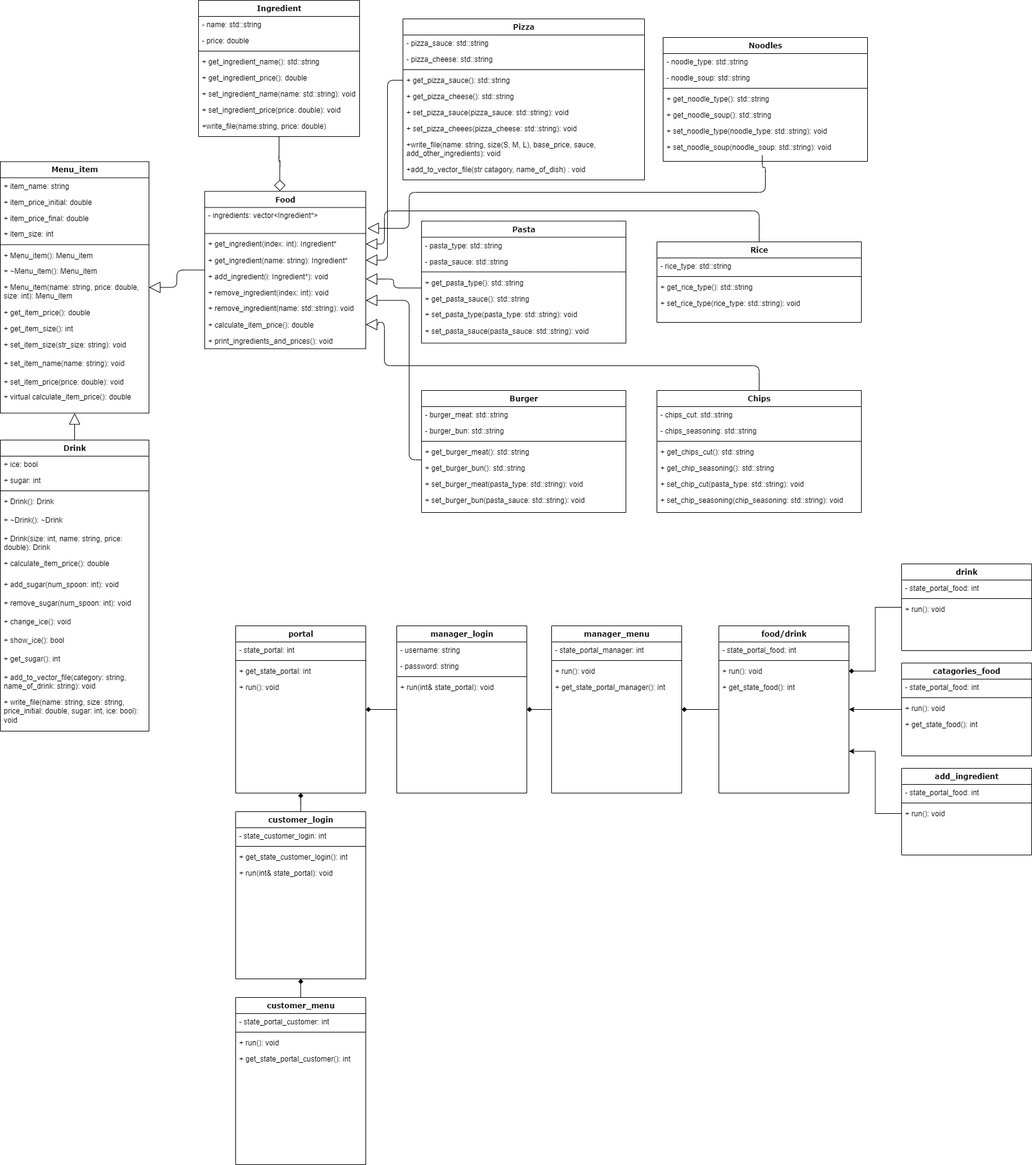
Earlier version of the draw.io export UML.png (SohamA12345/Project). Source tidied: cells renumbered, new cells last; positions are measured from the earlier drawing's top-left corner, leaving out a move shared by most shapes.
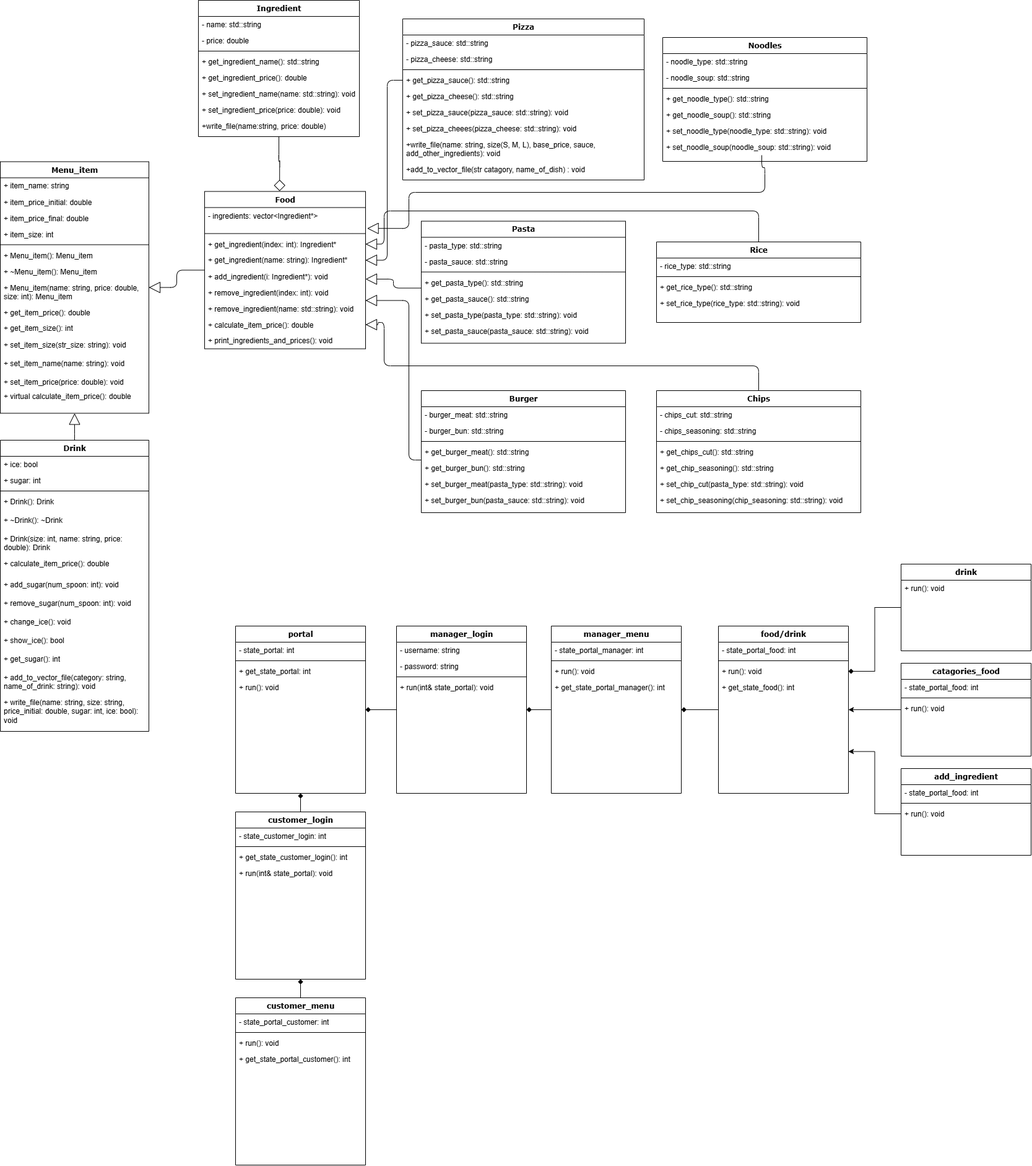
After the commit.

Diff of the diagram source:
```diff
@@ -466,14 +466,8 @@
     <mxCell id="144" value="drink" style="swimlane;html=1;fontStyle=1;align=center;verticalAlign=top;horizontal=1;startSize=26;swimlaneFillColor=#ffffff;rounded=0;shadow=0;comic=0;labelBackgroundColor=none;strokeWidth=1;fillColor=none;fontFamily=Verdana;fontSize=12;" parent="1" vertex="1">
       <mxGeometry x="1455" y="910" width="210" height="140" as="geometry" />
     </mxCell>
-    <mxCell id="145" value="-&amp;nbsp;state_portal_food: int" style="text;html=1;strokeColor=none;fillColor=none;align=left;verticalAlign=top;spacingLeft=4;spacingRight=4;whiteSpace=wrap;overflow=hidden;" parent="144" vertex="1">
-      <mxGeometry y="26" width="210" height="26" as="geometry" />
-    </mxCell>
-    <mxCell id="146" style="line;html=1;strokeWidth=1;fillColor=none;align=left;verticalAlign=middle;spacingTop=-1;spacingLeft=3;spacingRight=3;labelPosition=right;" parent="144" vertex="1">
-      <mxGeometry y="52" width="210" height="8" as="geometry" />
-    </mxCell>
     <mxCell id="147" value="+ run(): void" style="text;html=1;strokeColor=none;fillColor=none;align=left;verticalAlign=top;spacingLeft=4;spacingRight=4;whiteSpace=wrap;overflow=hidden;" parent="144" vertex="1">
-      <mxGeometry y="60" width="210" height="26" as="geometry" />
+      <mxGeometry y="26" width="210" height="26" as="geometry" />
     </mxCell>
     <mxCell id="148" style="edgeStyle=orthogonalEdgeStyle;rounded=0;jettySize=auto;html=1;exitX=0;exitY=0.5;exitDx=0;exitDy=0;entryX=1;entryY=0.5;entryDx=0;entryDy=0;" parent="1" edge="1" source="149" target="138">
       <mxGeometry relative="1" as="geometry" />
@@ -490,9 +484,6 @@
     <mxCell id="152" value="+ run(): void" style="text;html=1;strokeColor=none;fillColor=none;align=left;verticalAlign=top;spacingLeft=4;spacingRight=4;whiteSpace=wrap;overflow=hidden;" parent="149" vertex="1">
       <mxGeometry y="60" width="210" height="26" as="geometry" />
     </mxCell>
-    <mxCell id="153" value="+ get_state_food(): int" style="text;html=1;strokeColor=none;fillColor=none;align=left;verticalAlign=top;spacingLeft=4;spacingRight=4;whiteSpace=wrap;overflow=hidden;" parent="149" vertex="1">
-      <mxGeometry y="86" width="210" height="26" as="geometry" />
-    </mxCell>
     <mxCell id="154" value="add_ingredient" style="swimlane;html=1;fontStyle=1;align=center;verticalAlign=top;horizontal=1;startSize=26;swimlaneFillColor=#ffffff;rounded=0;shadow=0;comic=0;labelBackgroundColor=none;strokeWidth=1;fillColor=none;fontFamily=Verdana;fontSize=12;" parent="1" vertex="1">
       <mxGeometry x="1455" y="1240" width="210" height="140" as="geometry" />
     </mxCell>
```
